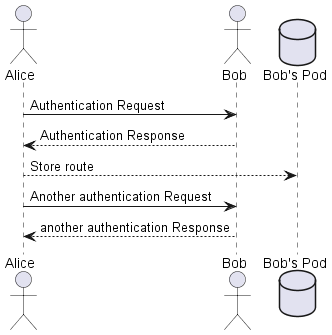
Above: images/Sequence diagram.png in Arquisoft/lomap_es5b (PlantUML), before the change.
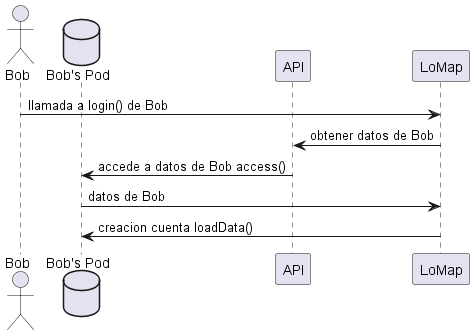
Later version of the same file.

What changed in the source:
```diff
@@ -1,10 +1,11 @@
 @startuml
-actor Alice
 actor Bob
 database Pod as "Bob's Pod"
-Alice -> Bob: Authentication Request
-Bob --> Alice: Authentication Response
-Alice  --> Pod: Store route
-Alice -> Bob: Another authentication Request
-Alice <-- Bob: another authentication Response
+participant API
+participant LoMap
+Bob -> LoMap: llamada a login() de Bob
+LoMap -> API: obtener datos de Bob
+API -> Pod: accede a datos de Bob access()
+Pod -> LoMap: datos de Bob
+LoMap -> Pod: creacion cuenta loadData()
 @enduml
```
